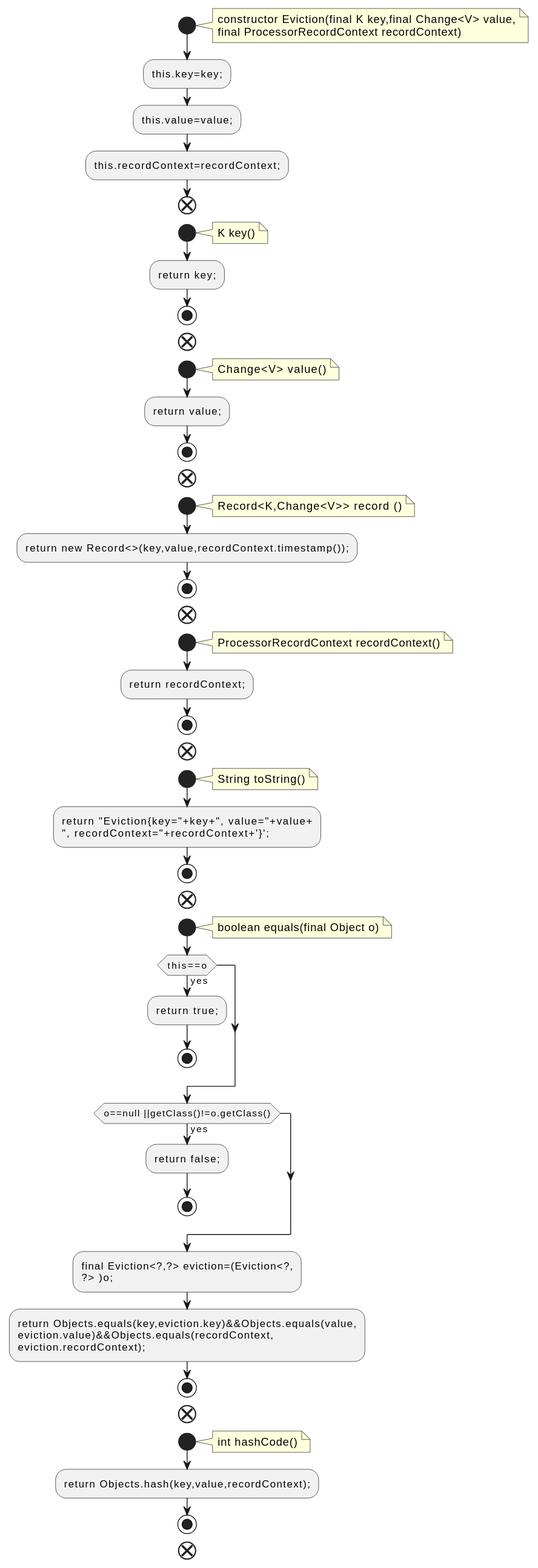
The PlantUML diagram docs/qc/streams/src/main/java/org/apache/kafka/streams/state/internals/TimeOrderedKeyValueBuffer.java.fct.svg in qualitesys/kafka, before a commit.
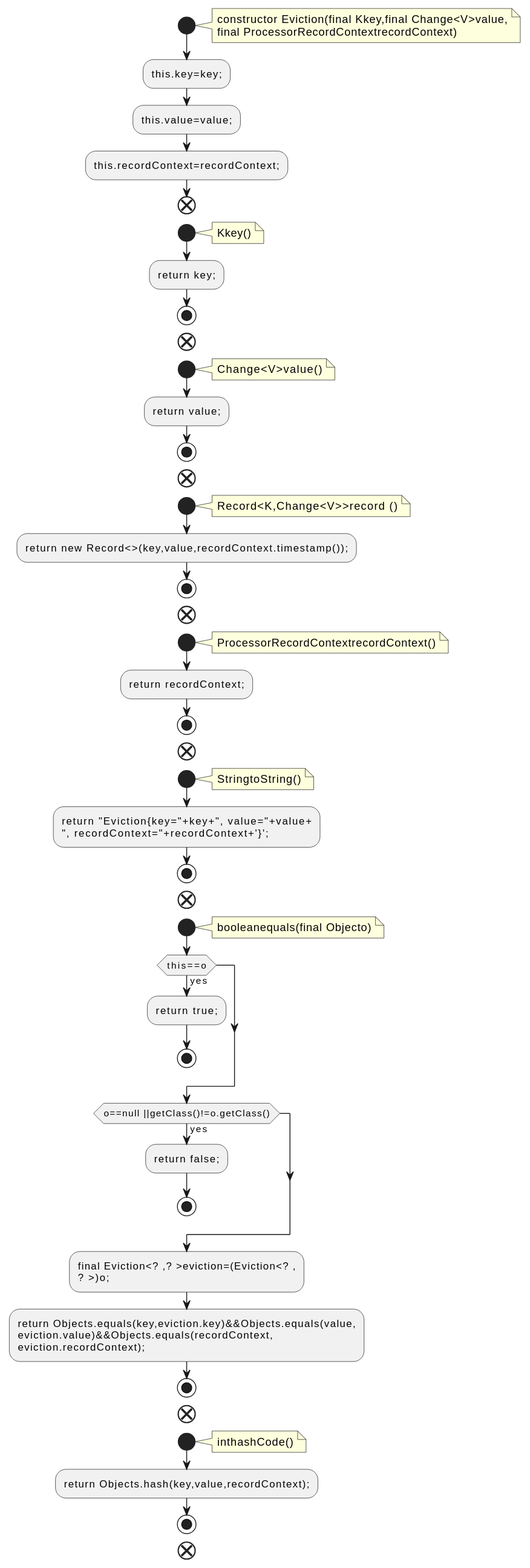
After the commit.

Change to the diagram source:
```diff
@@ -2,8 +2,8 @@
 !pragma layout smetana
 start
 note right
-constructor Eviction(final K key,final Change<V> value,
-final ProcessorRecordContext recordContext)
+constructor Eviction(final Kkey,final Change<V>value,
+final ProcessorRecordContextrecordContext)
 end note
 :this.key=key;;
 :this.value=value;;
@@ -11,35 +11,35 @@
 end
 start
 note right
-K key()
+Kkey()
 end note
 :return key;;
 stop
 end
 start
 note right
-Change<V> value()
+Change<V>value()
 end note
 :return value;;
 stop
 end
 start
 note right
-Record<K,Change<V>> record ()
+Record<K,Change<V>>record ()
 end note
 :return new Record<>(key,value,recordContext.timestamp());;
 stop
 end
 start
 note right
-ProcessorRecordContext recordContext()
+ProcessorRecordContextrecordContext()
 end note
 :return recordContext;;
 stop
 end
 start
 note right
-String toString()
+StringtoString()
 end note
 :return "Eviction{key="+key+", value="+value+
 ", recordContext="+recordContext+'}';;
@@ -47,7 +47,7 @@
 end
 start
 note right
-boolean equals(final Object o)
+booleanequals(final Objecto)
 end note
 if (this==o) then (yes)
 :return true;;
@@ -57,8 +57,8 @@
 :return false;;
 stop
 endif
-:final Eviction<?,?> eviction=(Eviction<?,
-?> )o;;
+:final Eviction<? ,? >eviction=(Eviction<? ,
+? >)o;;
 :return Objects.equals(key,eviction.key)&&Objects.equals(value,
 eviction.value)&&Objects.equals(recordContext,
 eviction.recordContext);;
@@ -66,7 +66,7 @@
 end
 start
 note right
-int hashCode()
+inthashCode()
 end note
 :return Objects.hash(key,value,recordContext);;
 stop
```
